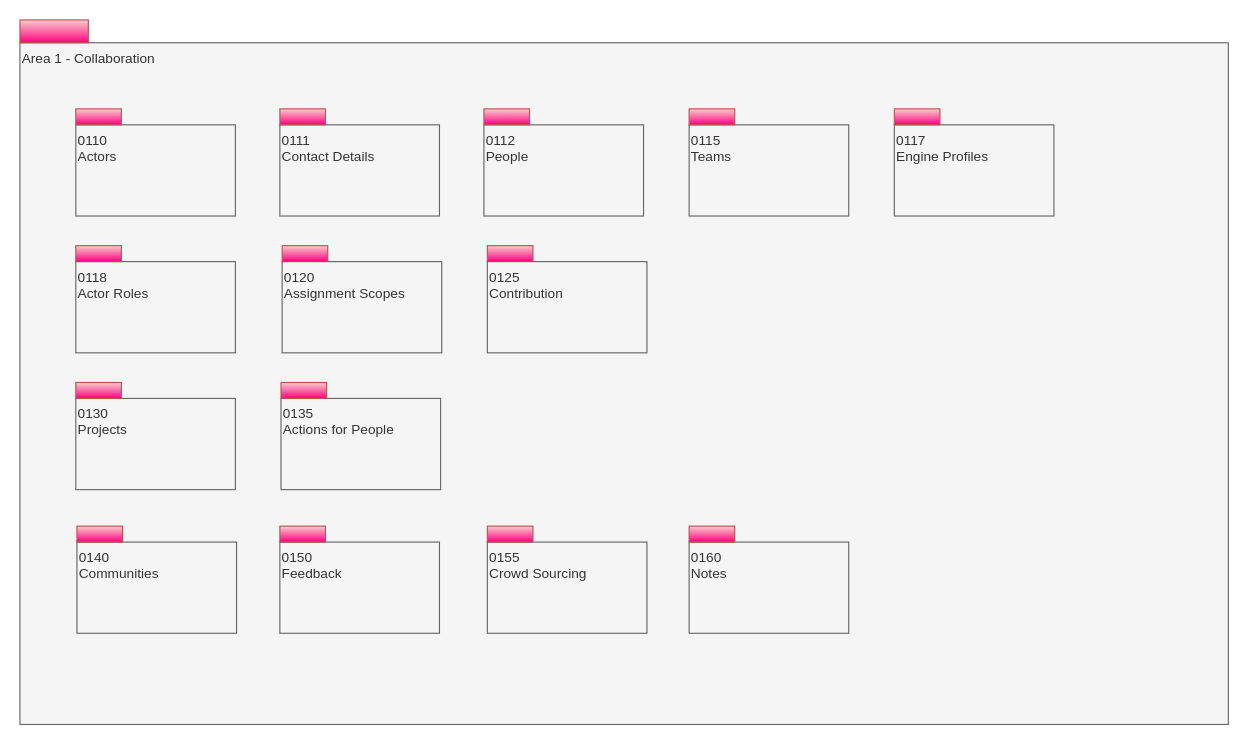
Above: page "Overview" (1 of 16) of site/docs/types/1/area-1-collaboration.drawio in odpi/egeria-docs (draw.io), before the change. Source tidied: cells renumbered, new cells numbered last; positions are measured from the earlier drawing's top-left corner, leaving out a move shared by most shapes. Both pictures are drawn from the tidied source at 114%, with x=0, y=0 at pixel (19, 19).
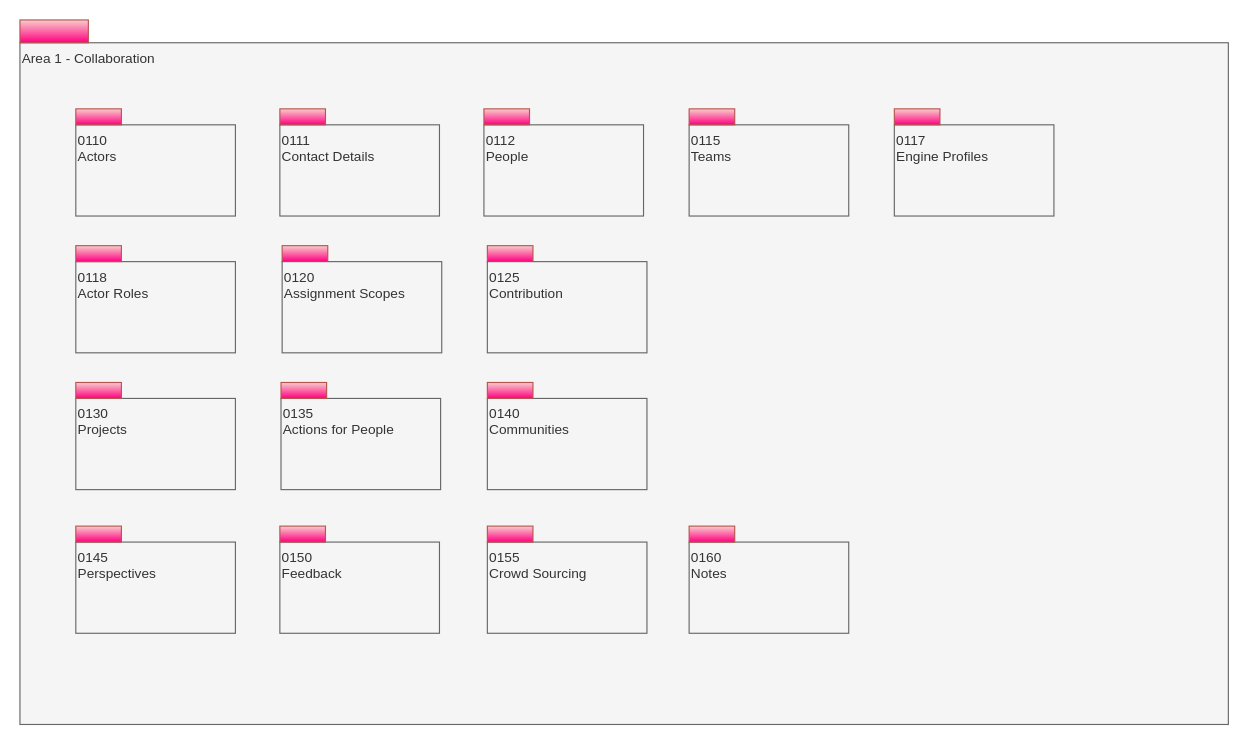
The same diagram, later.

Diff of the diagram source:
```diff
@@
     <mxCell id="8" value="0140&lt;br&gt;Communities&lt;br&gt;" style="rounded=0;whiteSpace=wrap;html=1;align=left;verticalAlign=top;fillColor=#f5f5f5;fontColor=#333333;strokeColor=#666666;" parent="1" vertex="1">
-      <mxGeometry x="50" y="458" width="140" height="80" as="geometry" />
+      <mxGeometry x="410" y="332" width="140" height="80" as="geometry" />
     </mxCell>
     <mxCell id="9" style="html=1;strokeColor=#b85450;align=center;fillColor=#f8cecc;gradientColor=#FF0080;" parent="1" vertex="1">
-      <mxGeometry x="50" y="444" width="40" height="14" as="geometry" />
+      <mxGeometry x="410" y="318" width="40" height="14" as="geometry" />
     </mxCell>
@@
+    <mxCell id="32" value="0145&lt;br&gt;Perspectives" style="rounded=0;whiteSpace=wrap;html=1;align=left;verticalAlign=top;fillColor=#f5f5f5;fontColor=#333333;strokeColor=#666666;" parent="1" vertex="1">
+      <mxGeometry x="49" y="458" width="140" height="80" as="geometry" />
+    </mxCell>
+    <mxCell id="33" style="html=1;strokeColor=#b85450;align=center;fillColor=#f8cecc;gradientColor=#FF0080;" parent="1" vertex="1">
+      <mxGeometry x="49" y="444" width="40" height="14" as="geometry" />
+    </mxCell>
```
